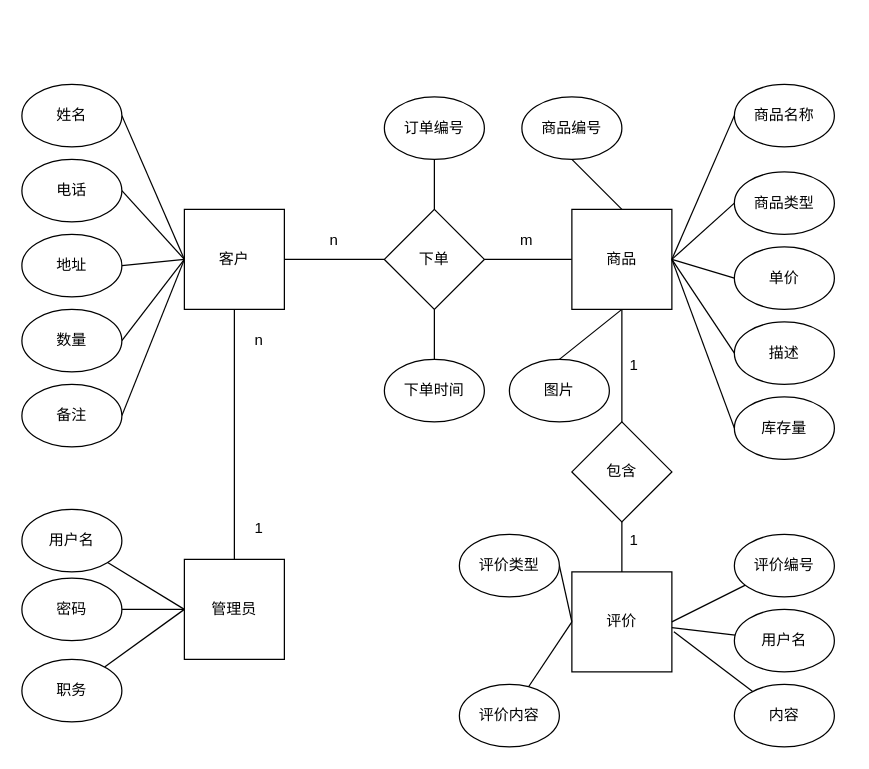
This is Untitled Diagram.drawio from MrliuXing520/diagrams, a draw.io file, before an edit. Source tidied: cells renumbered, new cells numbered last; positions are measured from the earlier drawing's top-left corner, leaving out a move shared by most shapes. Both pictures are drawn from the tidied source at 125%, with x=0, y=0 at pixel (21, 84).
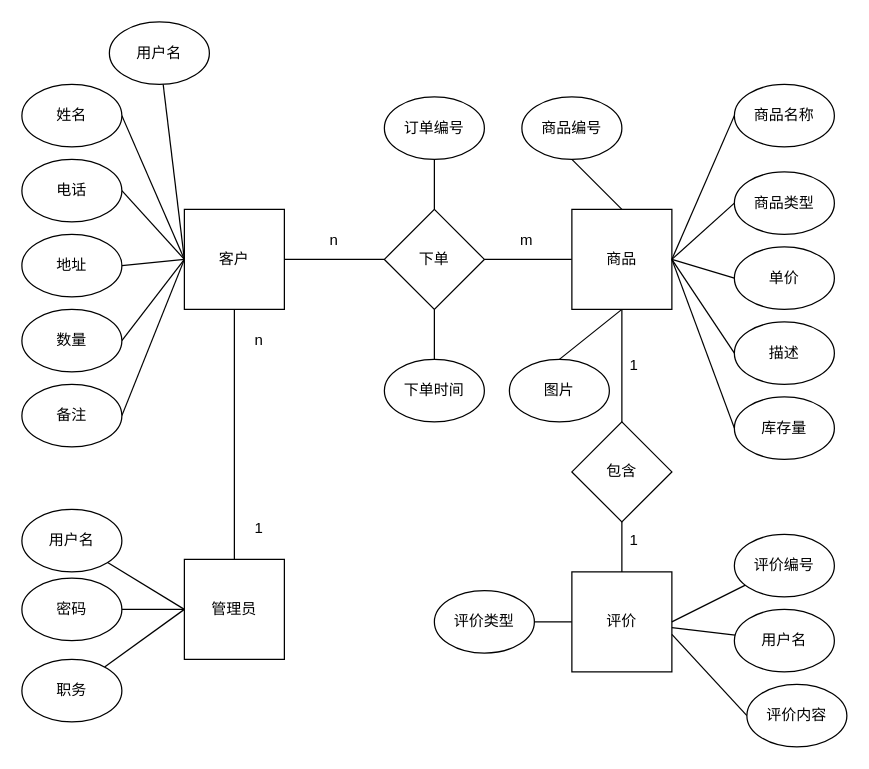
After the change.

Unchanged cells that the change refers to:
```xml
<mxCell id="37" value="评价" style="whiteSpace=wrap;html=1;" parent="1" vertex="1">
  <mxGeometry x="440" y="390" width="80" height="80" as="geometry" />
</mxCell>
```

The edit, as a diff of the source:
```diff
@@
-    <mxCell id="44" style="edgeStyle=none;rounded=0;jettySize=auto;html=1;entryX=1.02;entryY=0.598;entryDx=0;entryDy=0;entryPerimeter=0;endArrow=none;endFill=0;" parent="1" edge="1" source="45" target="37">
-      <mxGeometry relative="1" as="geometry" />
-    </mxCell>
-    <mxCell id="45" value="内容" style="ellipse;whiteSpace=wrap;html=1;" parent="1" vertex="1">
-      <mxGeometry x="570" y="480" width="80" height="50" as="geometry" />
-    </mxCell>
@@
     <mxCell id="47" value="评价类型" style="ellipse;whiteSpace=wrap;html=1;" parent="1" vertex="1">
-      <mxGeometry x="350" y="360" width="80" height="50" as="geometry" />
+      <mxGeometry x="330" y="405" width="80" height="50" as="geometry" />
     </mxCell>
-    <mxCell id="48" style="edgeStyle=none;rounded=0;jettySize=auto;html=1;entryX=0;entryY=0.5;entryDx=0;entryDy=0;endArrow=none;endFill=0;" parent="1" edge="1" source="49" target="37">
+    <mxCell id="48" style="rounded=0;jettySize=auto;html=1;exitX=0;exitY=0.5;exitDx=0;exitDy=0;entryX=1;entryY=0.625;entryDx=0;entryDy=0;endArrow=none;endFill=0;entryPerimeter=0;" parent="1" edge="1" source="49" target="37">
       <mxGeometry relative="1" as="geometry" />
     </mxCell>
     <mxCell id="49" value="评价内容" style="ellipse;whiteSpace=wrap;html=1;" parent="1" vertex="1">
-      <mxGeometry x="350" y="480" width="80" height="50" as="geometry" />
+      <mxGeometry x="580" y="480" width="80" height="50" as="geometry" />
     </mxCell>
@@
+    <mxCell id="64" style="edgeStyle=none;rounded=0;jettySize=auto;html=1;endArrow=none;endFill=0;" parent="1" edge="1" source="65">
+      <mxGeometry relative="1" as="geometry">
+        <mxPoint x="130" y="140" as="targetPoint" />
+      </mxGeometry>
+    </mxCell>
+    <mxCell id="65" value="用户名" style="ellipse;whiteSpace=wrap;html=1;" parent="1" vertex="1">
+      <mxGeometry x="70" y="-50" width="80" height="50" as="geometry" />
+    </mxCell>
```
